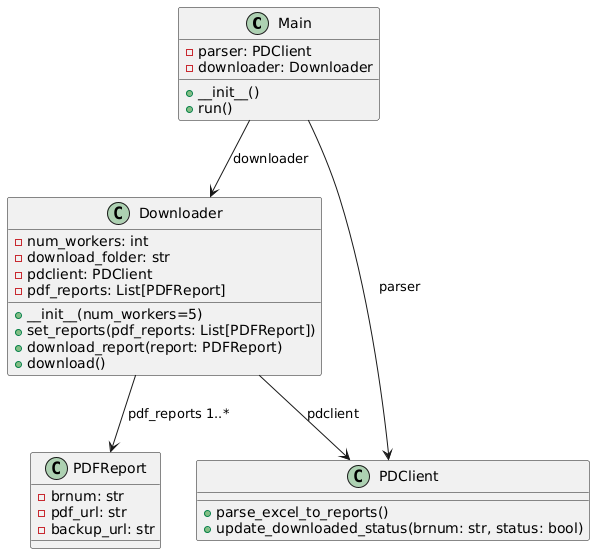
The PlantUML diagram uml_diagram.png in prismicious/Uge-4, before a commit.
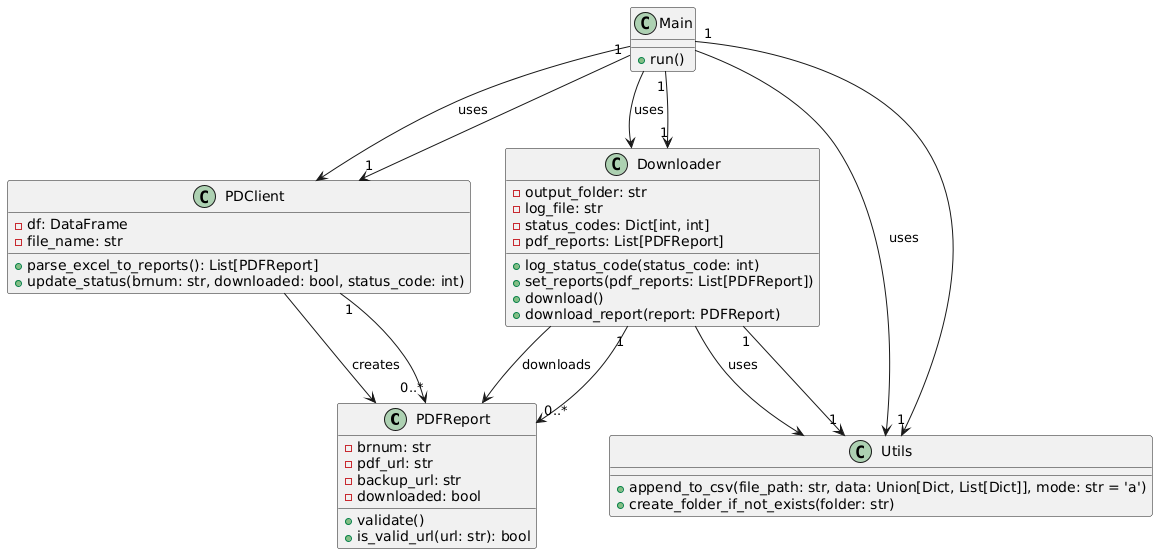
The same diagram one commit later.

Diff of the diagram source:
```diff
@@ -1,35 +1,55 @@
 @startuml
-class Main {
-    - parser: PDClient
-    - downloader: Downloader
-    + __init__()
-    + run()
-}
-
-class Downloader {
-    - num_workers: int
-    - download_folder: str
-    - pdclient: PDClient
-    - pdf_reports: List[PDFReport]
-    + __init__(num_workers=5)
-    + set_reports(pdf_reports: List[PDFReport])
-    + download_report(report: PDFReport)
-    + download()
-}
-
-class PDClient {
-    + parse_excel_to_reports()
-    + update_downloaded_status(brnum: str, status: bool)
-}
-
 class PDFReport {
     - brnum: str
     - pdf_url: str
     - backup_url: str
+    - downloaded: bool
+    + validate()
+    + is_valid_url(url: str): bool
 }
 
-Main --> PDClient : parser
-Main --> Downloader : downloader
-Downloader --> PDClient : pdclient
-Downloader --> PDFReport : pdf_reports 1..*
+class PDClient {
+    - df: DataFrame
+    - file_name: str
+    + parse_excel_to_reports(): List[PDFReport]
+    + update_status(brnum: str, downloaded: bool, status_code: int)
+}
+
+class Downloader {
+    - output_folder: str
+    - log_file: str
+    - status_codes: Dict[int, int]
+    - pdf_reports: List[PDFReport]
+    + log_status_code(status_code: int)
+    + set_reports(pdf_reports: List[PDFReport])
+    + download()
+    + download_report(report: PDFReport)
+}
+
+class Utils {
+    + append_to_csv(file_path: str, data: Union[Dict, List[Dict]], mode: str = 'a')
+    + create_folder_if_not_exists(folder: str)
+}
+
+class Main {
+    + run()
+}
+
+PDClient --> PDFReport : "creates"
+PDClient "1" --> "0..*" PDFReport
+
+Downloader --> PDFReport : "downloads"
+Downloader "1" --> "0..*" PDFReport
+
+Downloader --> Utils : "uses"
+Downloader "1" --> "1" Utils
+
+Main --> PDClient : "uses"
+Main "1" --> "1" PDClient
+
+Main --> Downloader : "uses"
+Main "1" --> "1" Downloader
+
+Main --> Utils : "uses"
+Main "1" --> "1" Utils
 @enduml
```
